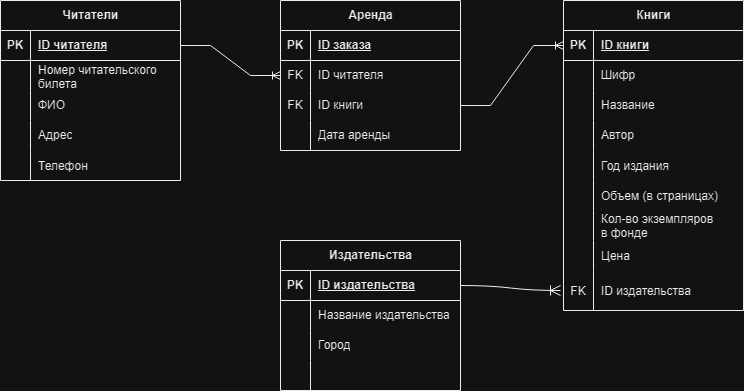
Before: library_bd.drawio.png, a diagram exported from draw.io (javascriptrocker2104/database_of_library). Source tidied: cells renumbered, new cells last; positions are measured from the earlier drawing's top-left corner, leaving out a move shared by most shapes.
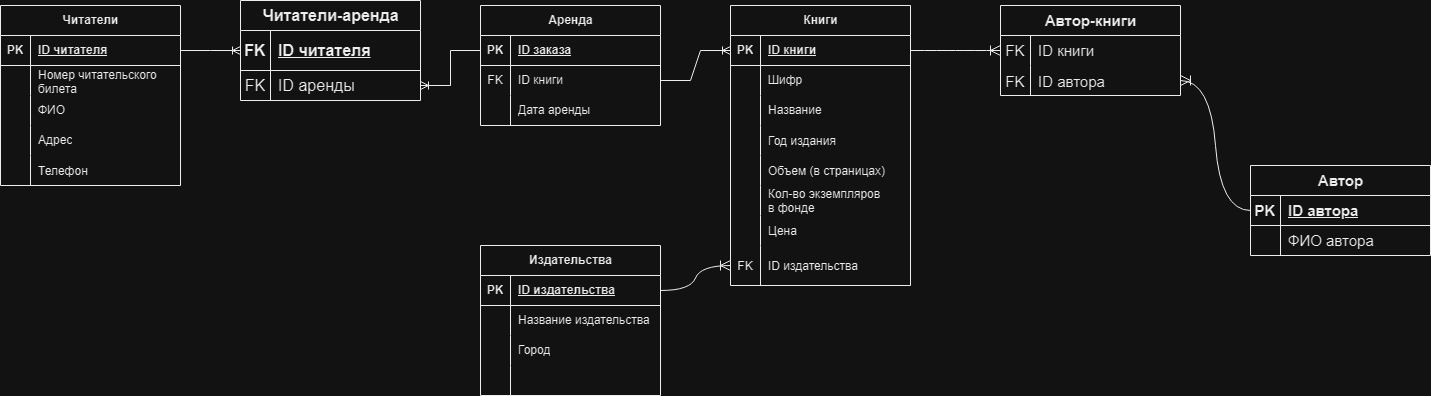
Later version of the same file.

The edit, as a diff of the source:
```diff
@@ -3,7 +3,7 @@
     <mxCell id="0" />
     <mxCell id="1" parent="0" />
     <mxCell id="2" value="Читатели" style="shape=table;startSize=30;rowLines=0;fontStyle=1;align=center;html=1;" parent="1" vertex="1">
-      <mxGeometry width="180" height="180" as="geometry" />
+      <mxGeometry x="-200" width="180" height="180" as="geometry" />
     </mxCell>
     <mxCell id="3" style="shape=tableRow;horizontal=0;startSize=0;swimlaneHead=0;swimlaneBody=0;fillColor=none;points=[[0,0.5],[1,0.5]];portConstraint=eastwest;top=0;left=0;right=0;bottom=1;" parent="2" vertex="1">
       <mxGeometry y="30" width="180" height="30" as="geometry" />
@@ -51,7 +51,7 @@
       <mxGeometry x="30" width="150" height="30" as="geometry" />
     </mxCell>
     <mxCell id="18" value="Аренда" style="shape=table;startSize=30;rowLines=0;fontStyle=1;align=center;html=1;" parent="1" vertex="1">
-      <mxGeometry x="280" width="180" height="150" as="geometry" />
+      <mxGeometry x="280" width="180" height="120" as="geometry" />
     </mxCell>
     <mxCell id="19" style="shape=tableRow;horizontal=0;startSize=0;swimlaneHead=0;swimlaneBody=0;fillColor=none;points=[[0,0.5],[1,0.5]];portConstraint=eastwest;top=0;left=0;right=0;bottom=1;" parent="18" vertex="1">
       <mxGeometry y="30" width="180" height="30" as="geometry" />
@@ -62,17 +62,8 @@
     <mxCell id="21" value="ID заказа" style="shape=partialRectangle;fillColor=none;top=0;left=0;bottom=0;right=0;align=left;spacingLeft=6;fontStyle=5;overflow=hidden;whiteSpace=wrap;html=1;" parent="19" vertex="1">
       <mxGeometry x="30" width="150" height="30" as="geometry" />
     </mxCell>
-    <mxCell id="22" style="shape=tableRow;horizontal=0;startSize=0;swimlaneHead=0;swimlaneBody=0;fillColor=none;points=[[0,0.5],[1,0.5]];portConstraint=eastwest;top=0;left=0;right=0;bottom=0;" parent="18" vertex="1">
-      <mxGeometry y="60" width="180" height="30" as="geometry" />
-    </mxCell>
-    <mxCell id="23" value="FK" style="shape=partialRectangle;fillColor=none;top=0;left=0;bottom=0;right=0;overflow=hidden;whiteSpace=wrap;html=1;" parent="22" vertex="1">
-      <mxGeometry width="30" height="30" as="geometry" />
-    </mxCell>
-    <mxCell id="24" value="ID читателя" style="shape=partialRectangle;fillColor=none;top=0;left=0;bottom=0;right=0;align=left;spacingLeft=6;overflow=hidden;whiteSpace=wrap;html=1;" parent="22" vertex="1">
-      <mxGeometry x="30" width="150" height="30" as="geometry" />
-    </mxCell>
     <mxCell id="25" style="shape=tableRow;horizontal=0;startSize=0;swimlaneHead=0;swimlaneBody=0;fillColor=none;points=[[0,0.5],[1,0.5]];portConstraint=eastwest;top=0;left=0;right=0;bottom=0;" parent="18" vertex="1">
-      <mxGeometry y="90" width="180" height="30" as="geometry" />
+      <mxGeometry y="60" width="180" height="30" as="geometry" />
     </mxCell>
     <mxCell id="26" value="FK" style="shape=partialRectangle;fillColor=none;top=0;left=0;bottom=0;right=0;overflow=hidden;whiteSpace=wrap;html=1;" parent="25" vertex="1">
       <mxGeometry width="30" height="30" as="geometry" />
@@ -81,7 +72,7 @@
       <mxGeometry x="30" width="150" height="30" as="geometry" />
     </mxCell>
     <mxCell id="28" style="shape=tableRow;horizontal=0;startSize=0;swimlaneHead=0;swimlaneBody=0;fillColor=none;top=0;left=0;right=0;bottom=0;" parent="18" vertex="1">
-      <mxGeometry y="120" width="180" height="30" as="geometry" />
+      <mxGeometry y="90" width="180" height="30" as="geometry" />
     </mxCell>
     <mxCell id="29" style="shape=partialRectangle;fillColor=none;top=0;left=0;bottom=0;right=0;overflow=hidden;whiteSpace=wrap;html=1;" parent="28" vertex="1">
       <mxGeometry width="30" height="30" as="geometry" />
@@ -90,7 +81,7 @@
       <mxGeometry x="30" width="150" height="30" as="geometry" />
     </mxCell>
     <mxCell id="31" value="Книги" style="shape=table;startSize=30;rowLines=0;fontStyle=1;align=center;html=1;" parent="1" vertex="1">
-      <mxGeometry x="563" width="180" height="310" as="geometry" />
+      <mxGeometry x="530" width="180" height="280" as="geometry" />
     </mxCell>
     <mxCell id="32" style="shape=tableRow;horizontal=0;startSize=0;swimlaneHead=0;swimlaneBody=0;fillColor=none;points=[[0,0.5],[1,0.5]];portConstraint=eastwest;top=0;left=0;right=0;bottom=1;" parent="31" vertex="1">
       <mxGeometry y="30" width="180" height="30" as="geometry" />
@@ -119,17 +110,8 @@
     <mxCell id="40" value="Название" style="shape=partialRectangle;fillColor=none;top=0;left=0;bottom=0;right=0;align=left;spacingLeft=6;overflow=hidden;whiteSpace=wrap;html=1;" parent="38" vertex="1">
       <mxGeometry x="30" width="150" height="30" as="geometry" />
     </mxCell>
-    <mxCell id="41" style="shape=tableRow;horizontal=0;startSize=0;swimlaneHead=0;swimlaneBody=0;fillColor=none;top=0;left=0;right=0;bottom=0;" parent="31" vertex="1">
-      <mxGeometry y="120" width="180" height="30" as="geometry" />
-    </mxCell>
-    <mxCell id="42" style="shape=partialRectangle;fillColor=none;top=0;left=0;bottom=0;right=0;overflow=hidden;whiteSpace=wrap;html=1;" parent="41" vertex="1">
-      <mxGeometry width="30" height="30" as="geometry" />
-    </mxCell>
-    <mxCell id="43" value="Автор" style="shape=partialRectangle;fillColor=none;top=0;left=0;bottom=0;right=0;align=left;spacingLeft=6;overflow=hidden;whiteSpace=wrap;html=1;" parent="41" vertex="1">
-      <mxGeometry x="30" width="150" height="30" as="geometry" />
-    </mxCell>
     <mxCell id="44" style="shape=tableRow;horizontal=0;startSize=0;swimlaneHead=0;swimlaneBody=0;fillColor=none;top=0;left=0;right=0;bottom=0;" parent="31" vertex="1">
-      <mxGeometry y="150" width="180" height="30" as="geometry" />
+      <mxGeometry y="120" width="180" height="30" as="geometry" />
     </mxCell>
     <mxCell id="45" style="shape=partialRectangle;fillColor=none;top=0;left=0;bottom=0;right=0;overflow=hidden;" parent="44" vertex="1">
       <mxGeometry width="30" height="30" as="geometry" />
@@ -138,7 +120,7 @@
       <mxGeometry x="30" width="150" height="30" as="geometry" />
     </mxCell>
     <mxCell id="47" style="shape=tableRow;horizontal=0;startSize=0;swimlaneHead=0;swimlaneBody=0;fillColor=none;top=0;left=0;right=0;bottom=0;" parent="31" vertex="1">
-      <mxGeometry y="180" width="180" height="30" as="geometry" />
+      <mxGeometry y="150" width="180" height="30" as="geometry" />
     </mxCell>
     <mxCell id="48" style="shape=partialRectangle;fillColor=none;top=0;left=0;bottom=0;right=0;overflow=hidden;" parent="47" vertex="1">
       <mxGeometry width="30" height="30" as="geometry" />
@@ -147,7 +129,7 @@
       <mxGeometry x="30" width="150" height="30" as="geometry" />
     </mxCell>
     <mxCell id="50" style="shape=tableRow;horizontal=0;startSize=0;swimlaneHead=0;swimlaneBody=0;fillColor=none;top=0;left=0;right=0;bottom=0;" parent="31" vertex="1">
-      <mxGeometry y="210" width="180" height="30" as="geometry" />
+      <mxGeometry y="180" width="180" height="30" as="geometry" />
     </mxCell>
     <mxCell id="51" style="shape=partialRectangle;fillColor=none;top=0;left=0;bottom=0;right=0;overflow=hidden;" parent="50" vertex="1">
       <mxGeometry width="30" height="30" as="geometry" />
@@ -156,7 +138,7 @@
       <mxGeometry x="30" width="150" height="30" as="geometry" />
     </mxCell>
     <mxCell id="53" style="shape=tableRow;horizontal=0;startSize=0;swimlaneHead=0;swimlaneBody=0;fillColor=none;top=0;left=0;right=0;bottom=0;" parent="31" vertex="1">
-      <mxGeometry y="240" width="180" height="30" as="geometry" />
+      <mxGeometry y="210" width="180" height="30" as="geometry" />
     </mxCell>
     <mxCell id="54" style="shape=partialRectangle;fillColor=none;top=0;left=0;bottom=0;right=0;overflow=hidden;" parent="53" vertex="1">
       <mxGeometry width="30" height="30" as="geometry" />
@@ -165,7 +147,7 @@
       <mxGeometry x="30" width="150" height="30" as="geometry" />
     </mxCell>
     <mxCell id="56" style="shape=tableRow;horizontal=0;startSize=0;swimlaneHead=0;swimlaneBody=0;fillColor=none;points=[[0,0.5],[1,0.5]];portConstraint=eastwest;top=0;left=0;right=0;bottom=0;" parent="31" vertex="1">
-      <mxGeometry y="270" width="180" height="40" as="geometry" />
+      <mxGeometry y="240" width="180" height="40" as="geometry" />
     </mxCell>
     <mxCell id="57" value="FK" style="shape=partialRectangle;fillColor=none;top=0;left=0;bottom=0;right=0;overflow=hidden;" parent="56" vertex="1">
       <mxGeometry width="30" height="40" as="geometry" />
@@ -212,16 +194,91 @@
     <mxCell id="71" style="shape=partialRectangle;fillColor=none;top=0;left=0;bottom=0;right=0;align=left;spacingLeft=6;overflow=hidden;whiteSpace=wrap;html=1;" parent="69" vertex="1">
       <mxGeometry x="30" width="150" height="30" as="geometry" />
     </mxCell>
-    <mxCell id="72" style="edgeStyle=entityRelationEdgeStyle;fontSize=12;html=1;endArrow=ERoneToMany;rounded=0;exitX=1;exitY=0.5;exitDx=0;exitDy=0;entryX=0;entryY=0.5;entryDx=0;entryDy=0;" parent="1" edge="1" source="3" target="22">
+    <mxCell id="72" style="edgeStyle=entityRelationEdgeStyle;fontSize=12;html=1;endArrow=ERoneToMany;rounded=0;exitX=1;exitY=0.5;exitDx=0;exitDy=0;entryX=0;entryY=0.5;entryDx=0;entryDy=0;" parent="1" edge="1" source="3" target="91">
       <mxGeometry relative="1" as="geometry" />
     </mxCell>
     <mxCell id="73" style="edgeStyle=entityRelationEdgeStyle;fontSize=12;html=1;endArrow=ERoneToMany;rounded=0;exitX=1;exitY=0.5;exitDx=0;exitDy=0;entryX=0;entryY=0.5;entryDx=0;entryDy=0;" parent="1" edge="1" source="25" target="32">
       <mxGeometry relative="1" as="geometry" />
     </mxCell>
-    <mxCell id="74" style="edgeStyle=entityRelationEdgeStyle;fontSize=12;html=1;endArrow=ERoneToMany;rounded=0;startSize=8;endSize=8;curved=1;exitX=1;exitY=0.5;exitDx=0;exitDy=0;" parent="1" edge="1" source="60">
-      <mxGeometry relative="1" as="geometry">
-        <mxPoint x="560" y="290" as="targetPoint" />
-      </mxGeometry>
+    <mxCell id="74" style="edgeStyle=entityRelationEdgeStyle;fontSize=12;html=1;endArrow=ERoneToMany;rounded=0;startSize=8;endSize=8;curved=1;exitX=1;exitY=0.5;exitDx=0;exitDy=0;entryX=0;entryY=0.5;entryDx=0;entryDy=0;" parent="1" edge="1" source="60" target="56">
+      <mxGeometry relative="1" as="geometry" />
     </mxCell>
+    <mxCell id="43" value="Автор" style="shape=table;startSize=30;rowLines=0;fontStyle=1;align=center;html=1;fontSize=15;" parent="1" vertex="1">
+      <mxGeometry x="1050" y="160" width="180" height="90" as="geometry" />
+    </mxCell>
+    <mxCell id="75" style="shape=tableRow;horizontal=0;startSize=0;swimlaneHead=0;swimlaneBody=0;fillColor=none;points=[[0,0.5],[1,0.5]];portConstraint=eastwest;top=0;left=0;right=0;bottom=1;fontSize=16;" parent="43" vertex="1">
+      <mxGeometry y="30" width="180" height="30" as="geometry" />
+    </mxCell>
+    <mxCell id="76" value="PK" style="shape=partialRectangle;fillColor=none;top=0;left=0;bottom=0;right=0;fontStyle=1;overflow=hidden;whiteSpace=wrap;html=1;fontSize=15;" parent="75" vertex="1">
+      <mxGeometry width="30" height="30" as="geometry" />
+    </mxCell>
+    <mxCell id="77" value="ID автора" style="shape=partialRectangle;fillColor=none;top=0;left=0;bottom=0;right=0;align=left;spacingLeft=6;fontStyle=5;overflow=hidden;whiteSpace=wrap;html=1;fontSize=15;" parent="75" vertex="1">
+      <mxGeometry x="30" width="150" height="30" as="geometry" />
+    </mxCell>
+    <mxCell id="78" style="shape=tableRow;horizontal=0;startSize=0;swimlaneHead=0;swimlaneBody=0;fillColor=none;top=0;left=0;right=0;bottom=0;fontSize=16;" parent="43" vertex="1">
+      <mxGeometry y="60" width="180" height="30" as="geometry" />
+    </mxCell>
+    <mxCell id="79" style="shape=partialRectangle;fillColor=none;top=0;left=0;bottom=0;right=0;overflow=hidden;whiteSpace=wrap;html=1;fontSize=16;" parent="78" vertex="1">
+      <mxGeometry width="30" height="30" as="geometry" />
+    </mxCell>
+    <mxCell id="80" value="ФИО автора" style="shape=partialRectangle;fillColor=none;top=0;left=0;bottom=0;right=0;align=left;spacingLeft=6;overflow=hidden;whiteSpace=wrap;html=1;fontSize=15;" parent="78" vertex="1">
+      <mxGeometry x="30" width="150" height="30" as="geometry" />
+    </mxCell>
+    <mxCell id="81" value="Автор-книги" style="shape=table;startSize=30;rowLines=0;fontStyle=1;align=center;html=1;fontSize=15;" parent="1" vertex="1">
+      <mxGeometry x="800" width="180" height="90" as="geometry" />
+    </mxCell>
+    <mxCell id="82" style="shape=tableRow;horizontal=0;startSize=0;swimlaneHead=0;swimlaneBody=0;fillColor=none;points=[[0,0.5],[1,0.5]];portConstraint=eastwest;top=0;left=0;right=0;bottom=0;fontSize=16;" parent="81" vertex="1">
+      <mxGeometry y="30" width="180" height="30" as="geometry" />
+    </mxCell>
+    <mxCell id="83" value="FK" style="shape=partialRectangle;fillColor=none;top=0;left=0;bottom=0;right=0;overflow=hidden;whiteSpace=wrap;html=1;fontSize=15;" parent="82" vertex="1">
+      <mxGeometry width="30" height="30" as="geometry" />
+    </mxCell>
+    <mxCell id="84" value="ID книги" style="shape=partialRectangle;fillColor=none;top=0;left=0;bottom=0;right=0;align=left;spacingLeft=6;overflow=hidden;whiteSpace=wrap;html=1;fontSize=15;" parent="82" vertex="1">
+      <mxGeometry x="30" width="150" height="30" as="geometry" />
+    </mxCell>
+    <mxCell id="85" style="shape=tableRow;horizontal=0;startSize=0;swimlaneHead=0;swimlaneBody=0;fillColor=none;points=[[0,0.5],[1,0.5]];portConstraint=eastwest;top=0;left=0;right=0;bottom=0;fontSize=16;" parent="81" vertex="1">
+      <mxGeometry y="60" width="180" height="30" as="geometry" />
+    </mxCell>
+    <mxCell id="86" value="FK" style="shape=partialRectangle;fillColor=none;top=0;left=0;bottom=0;right=0;overflow=hidden;fontSize=15;" parent="85" vertex="1">
+      <mxGeometry width="30" height="30" as="geometry" />
+    </mxCell>
+    <mxCell id="87" value="ID автора" style="shape=partialRectangle;fillColor=none;top=0;left=0;bottom=0;right=0;align=left;spacingLeft=6;overflow=hidden;fontSize=15;" parent="85" vertex="1">
+      <mxGeometry x="30" width="150" height="30" as="geometry" />
+    </mxCell>
+    <mxCell id="88" style="edgeStyle=entityRelationEdgeStyle;fontSize=12;html=1;endArrow=ERoneToMany;rounded=0;startSize=8;endSize=8;curved=1;exitX=0;exitY=0.5;exitDx=0;exitDy=0;entryX=1;entryY=0.5;entryDx=0;entryDy=0;" parent="1" edge="1" source="75" target="85">
+      <mxGeometry relative="1" as="geometry" />
+    </mxCell>
+    <mxCell id="89" style="edgeStyle=entityRelationEdgeStyle;fontSize=12;html=1;endArrow=ERoneToMany;rounded=0;startSize=8;endSize=8;curved=1;exitX=1;exitY=0.5;exitDx=0;exitDy=0;entryX=0;entryY=0.5;entryDx=0;entryDy=0;" parent="1" edge="1" source="32" target="82">
+      <mxGeometry relative="1" as="geometry" />
+    </mxCell>
+    <mxCell id="90" value="Читатели-аренда" style="shape=table;startSize=30;rowLines=0;fontStyle=1;align=center;html=1;fontSize=16;" parent="1" vertex="1">
+      <mxGeometry x="40" y="-5" width="180" height="100" as="geometry" />
+    </mxCell>
+    <mxCell id="91" style="shape=tableRow;horizontal=0;startSize=0;swimlaneHead=0;swimlaneBody=0;fillColor=none;points=[[0,0.5],[1,0.5]];portConstraint=eastwest;top=0;left=0;right=0;bottom=1;fontSize=16;" parent="90" vertex="1">
+      <mxGeometry y="30" width="180" height="40" as="geometry" />
+    </mxCell>
+    <mxCell id="92" value="FK" style="shape=partialRectangle;fillColor=none;top=0;left=0;bottom=0;right=0;fontStyle=1;overflow=hidden;whiteSpace=wrap;html=1;fontSize=16;" parent="91" vertex="1">
+      <mxGeometry width="30" height="40" as="geometry" />
+    </mxCell>
+    <mxCell id="24" value="ID читателя" style="shape=partialRectangle;fillColor=none;top=0;left=0;bottom=0;right=0;align=left;spacingLeft=6;fontStyle=5;overflow=hidden;whiteSpace=wrap;html=1;fontSize=16;" parent="91" vertex="1">
+      <mxGeometry x="30" width="150" height="40" as="geometry" />
+    </mxCell>
+    <mxCell id="93" style="shape=tableRow;horizontal=0;startSize=0;swimlaneHead=0;swimlaneBody=0;fillColor=none;points=[[0,0.5],[1,0.5]];portConstraint=eastwest;top=0;left=0;right=0;bottom=0;fontSize=16;" parent="90" vertex="1">
+      <mxGeometry y="70" width="180" height="30" as="geometry" />
+    </mxCell>
+    <mxCell id="94" value="FK" style="shape=partialRectangle;fillColor=none;top=0;left=0;bottom=0;right=0;overflow=hidden;whiteSpace=wrap;html=1;fontSize=16;" parent="93" vertex="1">
+      <mxGeometry width="30" height="30" as="geometry" />
+    </mxCell>
+    <mxCell id="95" value="ID аренды" style="shape=partialRectangle;fillColor=none;top=0;left=0;bottom=0;right=0;align=left;spacingLeft=6;overflow=hidden;whiteSpace=wrap;html=1;fontSize=16;" parent="93" vertex="1">
+      <mxGeometry x="30" width="150" height="30" as="geometry" />
+    </mxCell>
+    <mxCell id="96" style="edgeStyle=entityRelationEdgeStyle;fontSize=12;html=1;endArrow=ERoneToMany;rounded=0;exitX=0;exitY=0.5;exitDx=0;exitDy=0;entryX=1;entryY=0.5;entryDx=0;entryDy=0;" parent="1" edge="1" source="19" target="93">
+      <mxGeometry relative="1" as="geometry">
+        <Array as="points">
+          <mxPoint x="260" y="40" />
+          <mxPoint x="280" y="50" />
+        </Array>
+      </mxGeometry>
+    </mxCell>
   </root>
 </mxGraphModel>
```
